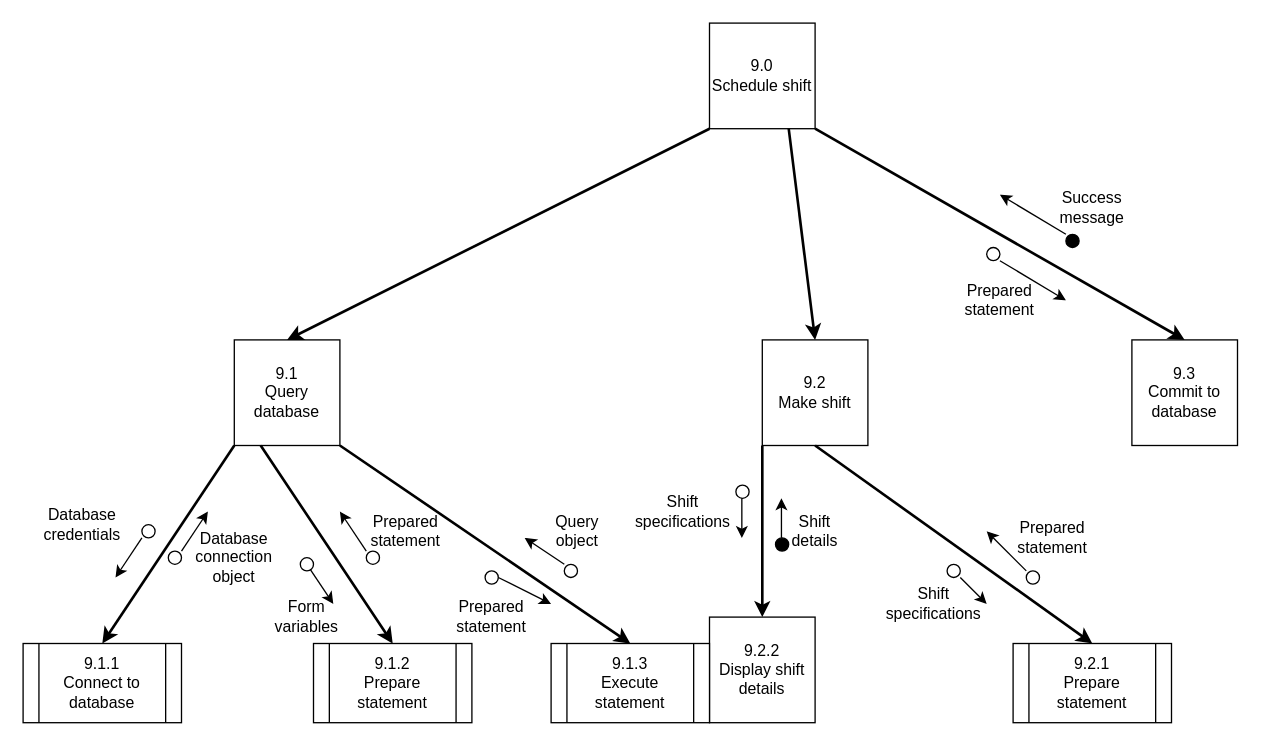
Earlier version of the draw.io diagram Diagrams/StructureCharts/Proc9Struct.drawio (Harlento/SchedulingSystem). Source tidied: cells renumbered, new cells numbered last; positions are measured from the earlier drawing's top-left corner, leaving out a move shared by most shapes. Both pictures are drawn from the tidied source at 132%, with x=0, y=0 at pixel (22, 22).
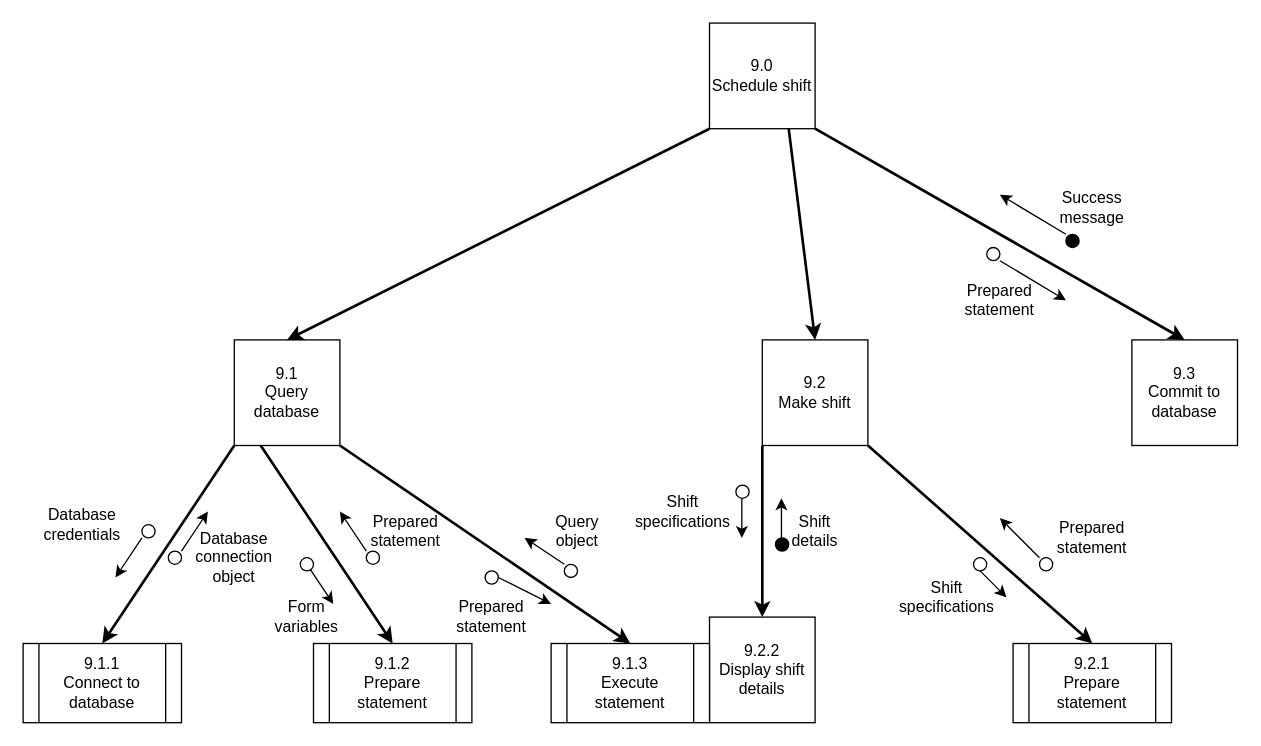
Above is the later version.

Unchanged cells that the change refers to:
```xml
<mxCell id="4" value="9.2&lt;br&gt;Make shift" style="whiteSpace=wrap;html=1;" parent="1" vertex="1">
  <mxGeometry x="560" y="240" width="80" height="80" as="geometry" />
</mxCell>
<mxCell id="47" value="9.2.1&lt;br&gt;Prepare statement" style="shape=process;whiteSpace=wrap;html=1;backgroundOutline=1;" parent="1" vertex="1">
  <mxGeometry x="750" y="470" width="120" height="60" as="geometry" />
</mxCell>
```

Change to the diagram source:
```diff
@@
     <mxCell id="17" style="ellipse;whiteSpace=wrap;html=1;" parent="1" vertex="1">
-      <mxGeometry x="700" y="410" width="10" height="10" as="geometry" />
+      <mxGeometry x="720" y="405" width="10" height="10" as="geometry" />
     </mxCell>
     <mxCell id="18" style="ellipse;whiteSpace=wrap;html=1;fillColor=#FFFFFF;" parent="1" vertex="1">
-      <mxGeometry x="760" y="415" width="10" height="10" as="geometry" />
+      <mxGeometry x="770" y="405" width="10" height="10" as="geometry" />
     </mxCell>
@@
     <mxCell id="41" value="Prepared statement" style="text;html=1;strokeColor=none;fillColor=none;align=center;verticalAlign=middle;whiteSpace=wrap;rounded=0;" parent="1" vertex="1">
-      <mxGeometry x="760" y="380" width="40" height="20" as="geometry" />
+      <mxGeometry x="790" y="380" width="40" height="20" as="geometry" />
     </mxCell>
@@
-    <mxCell id="44" style="endArrow=classic;html=1;strokeWidth=2;exitX=0.5;exitY=1;exitDx=0;exitDy=0;entryX=0.5;entryY=0;entryDx=0;entryDy=0;" parent="1" edge="1" source="4" target="47">
+    <mxCell id="44" style="endArrow=classic;html=1;strokeWidth=2;exitX=1;exitY=1;exitDx=0;exitDy=0;entryX=0.5;entryY=0;entryDx=0;entryDy=0;" parent="1" edge="1" source="4" target="47">
       <mxGeometry relative="1" as="geometry" />
     </mxCell>
     <mxCell id="45" style="endArrow=classic;html=1;strokeWidth=1;" parent="1" edge="1">
       <mxGeometry relative="1" as="geometry">
-        <mxPoint x="760" y="415" as="sourcePoint" />
-        <mxPoint x="730" y="385" as="targetPoint" />
+        <mxPoint x="770" y="405" as="sourcePoint" />
+        <mxPoint x="740" y="375" as="targetPoint" />
       </mxGeometry>
     </mxCell>
     <mxCell id="46" style="endArrow=classic;html=1;strokeWidth=1;" parent="1" edge="1">
       <mxGeometry relative="1" as="geometry">
-        <mxPoint x="710" y="420" as="sourcePoint" />
-        <mxPoint x="730" y="440" as="targetPoint" />
+        <mxPoint x="725" y="415" as="sourcePoint" />
+        <mxPoint x="745" y="435" as="targetPoint" />
       </mxGeometry>
     </mxCell>
@@
     <mxCell id="50" value="Shift specifications" style="text;html=1;strokeColor=none;fillColor=none;align=center;verticalAlign=middle;whiteSpace=wrap;rounded=0;" parent="1" vertex="1">
-      <mxGeometry x="670" y="430" width="40" height="20" as="geometry" />
+      <mxGeometry x="680" y="425" width="40" height="20" as="geometry" />
     </mxCell>
```
